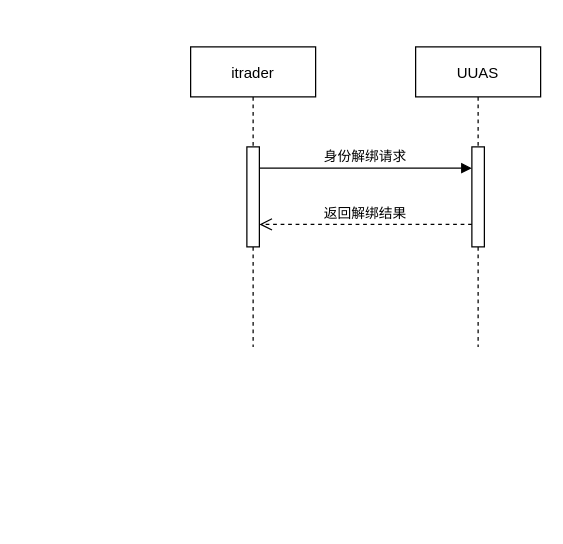
This is Untitled Diagram.drawio from xuxiang668/JavaQ-A, a draw.io file, before an edit. Source tidied: cells renumbered, new cells numbered last; positions are measured from the earlier drawing's top-left corner, leaving out a move shared by most shapes. Both pictures are drawn from the tidied source at 125%, with x=0, y=0 at pixel (190, 46).
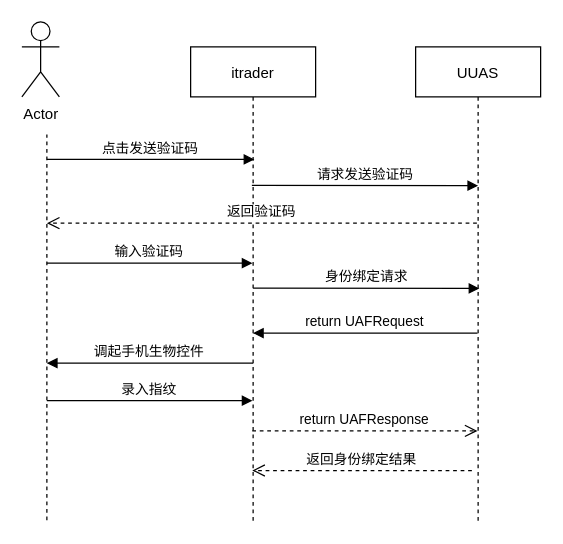
The same diagram, later.

What changed in the source:
```diff
@@
     <mxCell id="2" value="itrader" style="shape=umlLifeline;perimeter=lifelinePerimeter;rounded=0;shadow=0;strokeWidth=1;" parent="1" vertex="1">
-      <mxGeometry width="100" height="240" as="geometry" />
+      <mxGeometry width="100" height="380" as="geometry" />
     </mxCell>
-    <mxCell id="3" style="perimeter=orthogonalPerimeter;rounded=0;shadow=0;strokeWidth=1;" parent="2" vertex="1">
-      <mxGeometry x="45" y="80" width="10" height="80" as="geometry" />
-    </mxCell>
     <mxCell id="4" value="UUAS" style="shape=umlLifeline;perimeter=lifelinePerimeter;rounded=0;shadow=0;strokeWidth=1;" parent="1" vertex="1">
-      <mxGeometry x="180" width="100" height="240" as="geometry" />
+      <mxGeometry x="180" width="100" height="380" as="geometry" />
     </mxCell>
-    <mxCell id="5" style="perimeter=orthogonalPerimeter;rounded=0;shadow=0;strokeWidth=1;" parent="4" vertex="1">
-      <mxGeometry x="45" y="80" width="10" height="80" as="geometry" />
-    </mxCell>
-    <mxCell id="6" value="返回解绑结果" style="verticalAlign=bottom;endArrow=open;dashed=1;endSize=8;exitX=0;exitY=0.95;shadow=0;strokeWidth=1;" parent="1" edge="1">
+    <mxCell id="6" value="返回身份绑定结果" style="verticalAlign=bottom;endArrow=open;dashed=1;endSize=8;exitX=0;exitY=0.95;shadow=0;strokeWidth=1;entryX=0.493;entryY=0.884;entryDx=0;entryDy=0;entryPerimeter=0;" parent="1" edge="1">
       <mxGeometry relative="1" as="geometry">
-        <mxPoint x="225" y="142" as="sourcePoint" />
-        <mxPoint x="55" y="142" as="targetPoint" />
+        <mxPoint x="225" y="339" as="sourcePoint" />
+        <mxPoint x="49.3" y="338.9" as="targetPoint" />
       </mxGeometry>
     </mxCell>
-    <mxCell id="7" value="身份解绑请求" style="verticalAlign=bottom;endArrow=block;entryX=0;entryY=0;shadow=0;strokeWidth=1;" parent="1" edge="1">
+    <mxCell id="7" value="请求发送验证码" style="verticalAlign=bottom;endArrow=block;shadow=0;strokeWidth=1;exitX=0.49;exitY=0.403;exitDx=0;exitDy=0;exitPerimeter=0;" parent="1" edge="1">
       <mxGeometry relative="1" as="geometry">
-        <mxPoint x="55" y="97" as="sourcePoint" />
-        <mxPoint x="225" y="97" as="targetPoint" />
+        <mxPoint x="49" y="110.7" as="sourcePoint" />
+        <mxPoint x="230" y="111" as="targetPoint" />
       </mxGeometry>
     </mxCell>
+    <mxCell id="8" value="Actor" style="shape=umlActor;verticalLabelPosition=bottom;verticalAlign=top;html=1;" parent="1" vertex="1">
+      <mxGeometry x="-135" y="-20" width="30" height="60" as="geometry" />
+    </mxCell>
+    <mxCell id="9" value="点击发送验证码" style="verticalAlign=bottom;endArrow=block;shadow=0;strokeWidth=1;" parent="1" edge="1">
+      <mxGeometry relative="1" as="geometry">
+        <mxPoint x="-115" y="90" as="sourcePoint" />
+        <mxPoint x="51" y="90" as="targetPoint" />
+        <Array as="points">
+          <mxPoint x="51" y="90" />
+        </Array>
+      </mxGeometry>
+    </mxCell>
+    <mxCell id="10" style="endArrow=none;dashed=1;html=1;" parent="1" edge="1">
+      <mxGeometry relative="1" as="geometry">
+        <mxPoint x="-115" y="378.6" as="sourcePoint" />
+        <mxPoint x="-115" y="70" as="targetPoint" />
+      </mxGeometry>
+    </mxCell>
+    <mxCell id="11" value="返回验证码" style="verticalAlign=bottom;endArrow=open;dashed=1;endSize=8;exitX=0;exitY=0.95;shadow=0;strokeWidth=1;" parent="1" edge="1">
+      <mxGeometry relative="1" as="geometry">
+        <mxPoint x="229" y="141" as="sourcePoint" />
+        <mxPoint x="-115" y="141" as="targetPoint" />
+      </mxGeometry>
+    </mxCell>
+    <mxCell id="12" value="输入验证码" style="verticalAlign=bottom;endArrow=block;shadow=0;strokeWidth=1;exitX=0.49;exitY=0.403;exitDx=0;exitDy=0;exitPerimeter=0;" parent="1" edge="1">
+      <mxGeometry relative="1" as="geometry">
+        <mxPoint x="-115" y="173" as="sourcePoint" />
+        <mxPoint x="49.5" y="173" as="targetPoint" />
+      </mxGeometry>
+    </mxCell>
+    <mxCell id="13" value="身份绑定请求" style="verticalAlign=bottom;endArrow=block;shadow=0;strokeWidth=1;exitX=0.49;exitY=0.403;exitDx=0;exitDy=0;exitPerimeter=0;" parent="1" edge="1">
+      <mxGeometry relative="1" as="geometry">
+        <mxPoint x="50" y="193" as="sourcePoint" />
+        <mxPoint x="231" y="193.3" as="targetPoint" />
+      </mxGeometry>
+    </mxCell>
+    <mxCell id="14" value="return UAFRequest" style="verticalAlign=bottom;endArrow=block;shadow=0;strokeWidth=1;" parent="1" edge="1">
+      <mxGeometry relative="1" as="geometry">
+        <mxPoint x="229.5" y="229" as="sourcePoint" />
+        <mxPoint x="49.9" y="229" as="targetPoint" />
+        <Array as="points">
+          <mxPoint x="155" y="229" />
+        </Array>
+      </mxGeometry>
+    </mxCell>
+    <mxCell id="15" value="调起手机生物控件" style="verticalAlign=bottom;endArrow=block;shadow=0;strokeWidth=1;" parent="1" edge="1">
+      <mxGeometry relative="1" as="geometry">
+        <mxPoint x="50" y="253" as="sourcePoint" />
+        <mxPoint x="-115" y="253" as="targetPoint" />
+        <Array as="points">
+          <mxPoint x="-14.8" y="253" />
+        </Array>
+      </mxGeometry>
+    </mxCell>
+    <mxCell id="16" value="录入指纹" style="verticalAlign=bottom;endArrow=block;shadow=0;strokeWidth=1;exitX=0.49;exitY=0.403;exitDx=0;exitDy=0;exitPerimeter=0;" parent="1" edge="1">
+      <mxGeometry relative="1" as="geometry">
+        <mxPoint x="-115" y="283" as="sourcePoint" />
+        <mxPoint x="49.5" y="283" as="targetPoint" />
+      </mxGeometry>
+    </mxCell>
+    <mxCell id="17" value="return UAFResponse" style="verticalAlign=bottom;endArrow=open;dashed=1;endSize=8;exitX=0.493;exitY=0.833;shadow=0;strokeWidth=1;exitDx=0;exitDy=0;exitPerimeter=0;" parent="1" edge="1">
+      <mxGeometry relative="1" as="geometry">
+        <mxPoint x="49.3" y="307.2" as="sourcePoint" />
+        <mxPoint x="229.5" y="307.2" as="targetPoint" />
+      </mxGeometry>
+    </mxCell>
```
